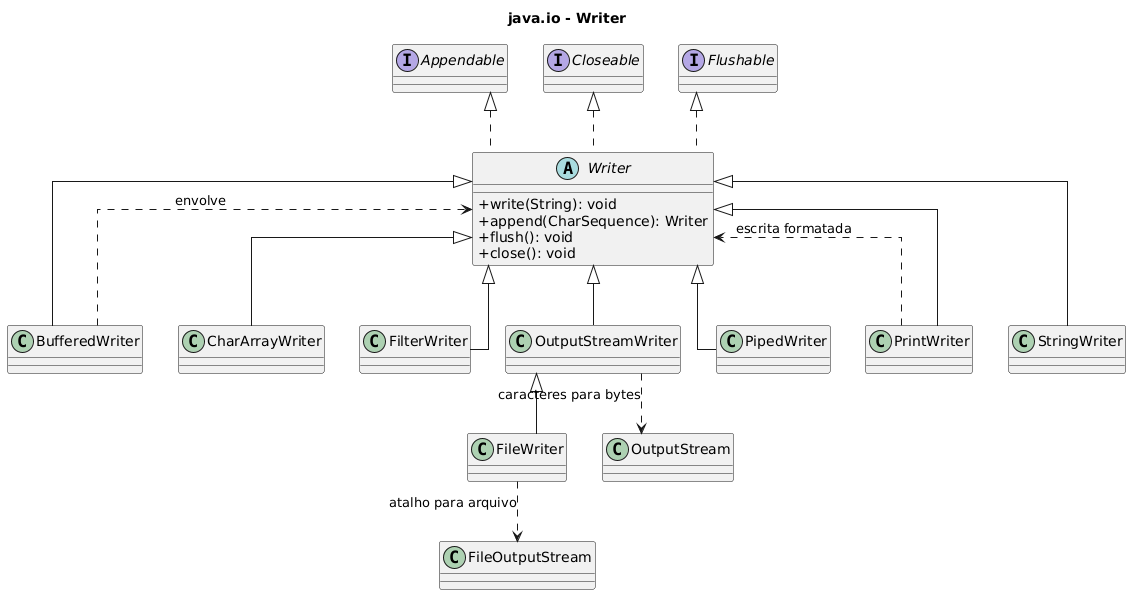
The PlantUML diagram subjects/poo/images/12-file-classes-java.io-Witer.png in fabriciosantana/idp-marp-slides, before a commit. The source it was exported from:
```plantuml
@startuml
title java.io - Writer

skinparam classAttributeIconSize 0
skinparam linetype ortho

interface Appendable
interface Closeable
interface Flushable

abstract class Writer {
  +write(String): void
  +append(CharSequence): Writer
  +flush(): void
  +close(): void
}

class BufferedWriter
class CharArrayWriter
class FilterWriter
class OutputStreamWriter
class FileWriter
class PipedWriter
class PrintWriter
class StringWriter

Appendable <|.. Writer
Closeable <|.. Writer
Flushable <|.. Writer

Writer <|-- BufferedWriter
Writer <|-- CharArrayWriter
Writer <|-- FilterWriter
Writer <|-- OutputStreamWriter
Writer <|-- PipedWriter
Writer <|-- PrintWriter
Writer <|-- StringWriter

OutputStreamWriter <|-- FileWriter

BufferedWriter ..> Writer : envolve
PrintWriter ..> Writer : escrita formatada
OutputStreamWriter ..> OutputStream : caracteres para bytes
FileWriter ..> FileOutputStream : atalho para arquivo

@enduml
```
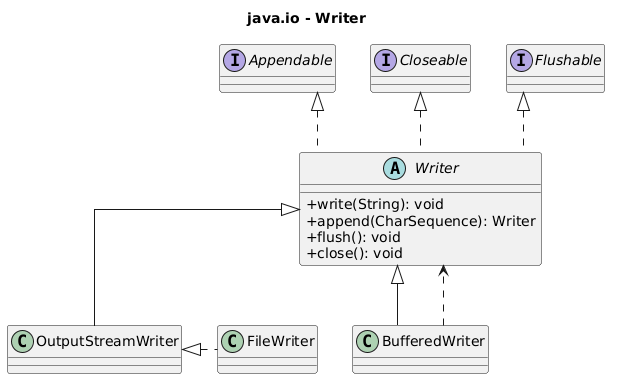
The same file after the commit.

Change to the diagram source:
```diff
@@ -16,31 +16,17 @@
 }
 
 class BufferedWriter
-class CharArrayWriter
-class FilterWriter
 class OutputStreamWriter
 class FileWriter
-class PipedWriter
-class PrintWriter
-class StringWriter
 
 Appendable <|.. Writer
 Closeable <|.. Writer
 Flushable <|.. Writer
 
 Writer <|-- BufferedWriter
-Writer <|-- CharArrayWriter
-Writer <|-- FilterWriter
 Writer <|-- OutputStreamWriter
-Writer <|-- PipedWriter
-Writer <|-- PrintWriter
-Writer <|-- StringWriter
 
-OutputStreamWriter <|-- FileWriter
+OutputStreamWriter <|.right. FileWriter
 
-BufferedWriter ..> Writer : envolve
-PrintWriter ..> Writer : escrita formatada
-OutputStreamWriter ..> OutputStream : caracteres para bytes
-FileWriter ..> FileOutputStream : atalho para arquivo
-
+BufferedWriter ..> Writer
 @enduml
```
